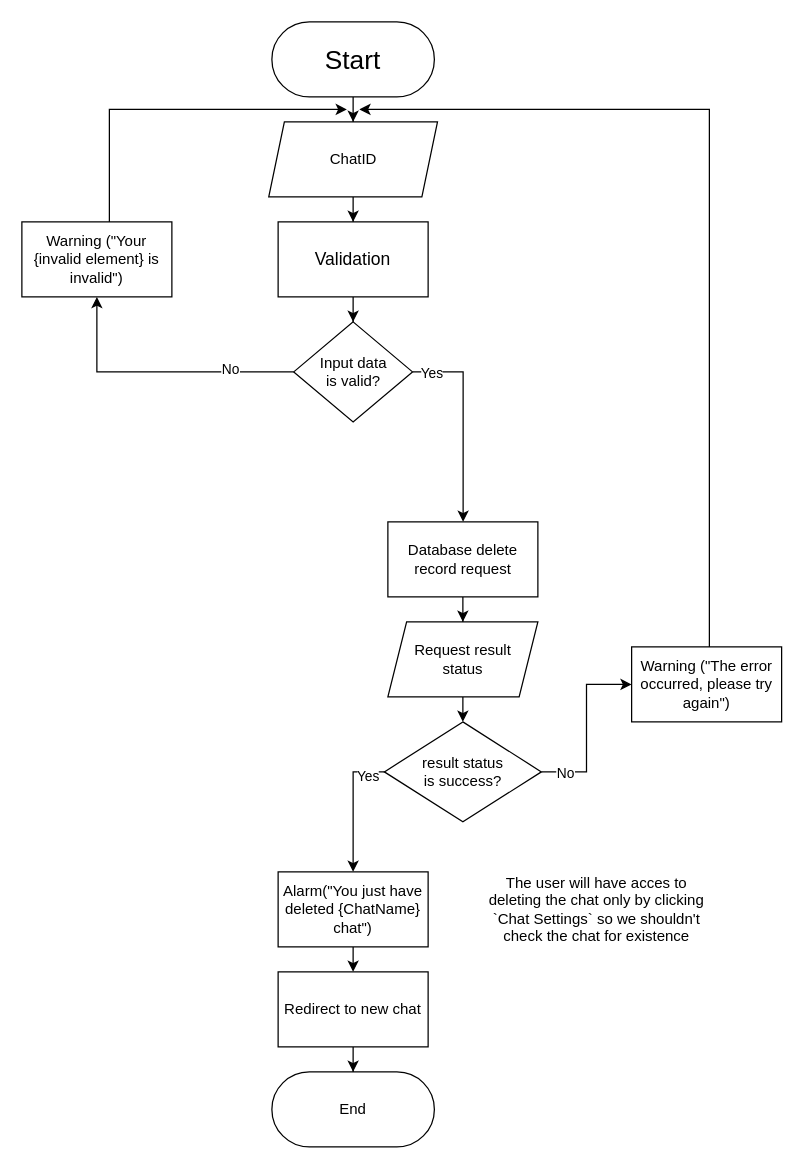
c0st1nus/Forum keeps this draw.io diagram as Flowcharts/Delete Chat/DeleteChat.drawio. Above is the earlier version. Source tidied: cells renumbered, new cells numbered last; positions are measured from the earlier drawing's top-left corner, leaving out a move shared by most shapes. Both pictures are drawn from the tidied source at 125%, with x=0, y=0 at pixel (21, 21).
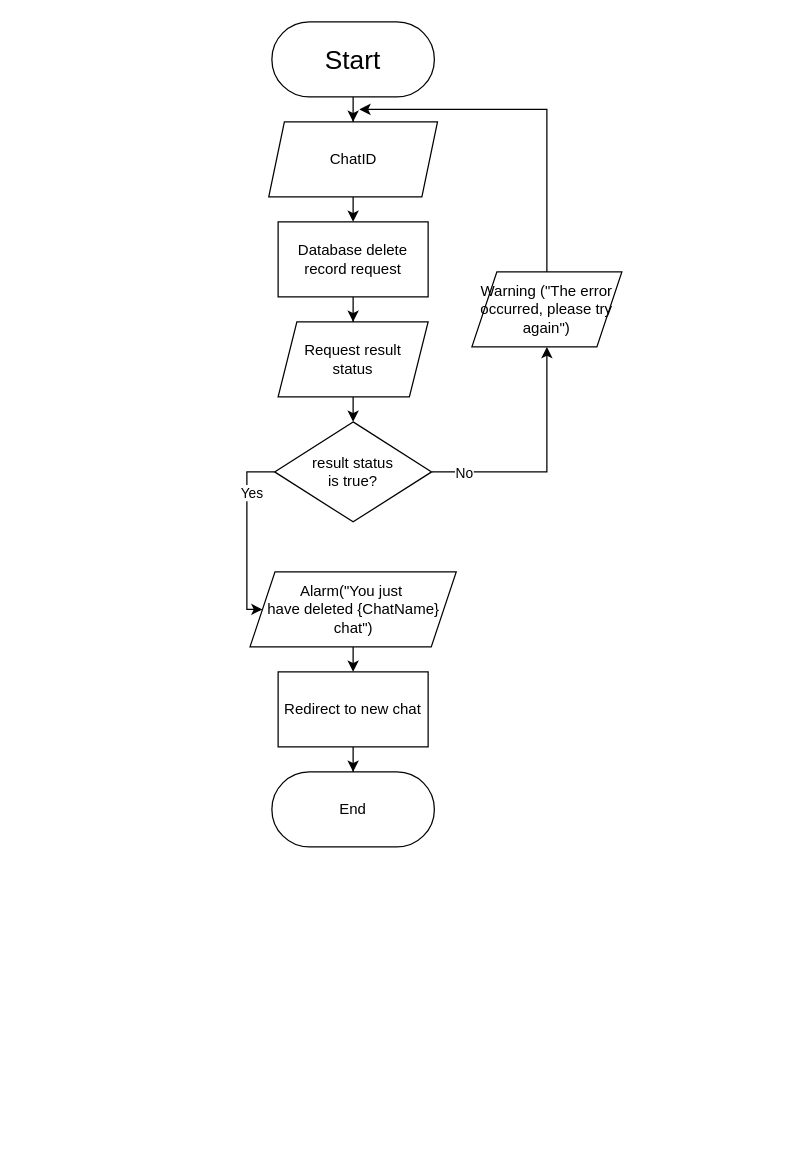
The same page after the edit.

The change refers to these unchanged cells:
```xml
<mxCell id="5" value="ChatID" style="shape=parallelogram;perimeter=parallelogramPerimeter;whiteSpace=wrap;html=1;fixedSize=1;size=12.5;" parent="1" vertex="1">
  <mxGeometry x="197.5" y="80" width="135" height="60" as="geometry" />
</mxCell>
```

Diff of the diagram source:
```diff
@@
-    <mxCell id="4" style="edgeStyle=orthogonalEdgeStyle;rounded=0;jettySize=auto;html=1;" parent="1" edge="1" source="5" target="7">
-      <mxGeometry relative="1" as="geometry" />
+    <mxCell id="4" style="edgeStyle=orthogonalEdgeStyle;rounded=0;jettySize=auto;html=1;" parent="1" edge="1" source="5">
+      <mxGeometry relative="1" as="geometry">
+        <mxPoint x="265" y="160" as="targetPoint" />
+      </mxGeometry>
     </mxCell>
@@
-    <mxCell id="6" style="edgeStyle=orthogonalEdgeStyle;rounded=0;jettySize=auto;html=1;entryX=0.5;entryY=0;entryDx=0;entryDy=0;" parent="1" edge="1" source="7" target="12">
-      <mxGeometry relative="1" as="geometry" />
+    <mxCell id="6" style="edgeStyle=orthogonalEdgeStyle;rounded=0;orthogonalLoop=1;jettySize=auto;html=1;entryX=0.5;entryY=0;entryDx=0;entryDy=0;" parent="1" edge="1">
+      <mxGeometry relative="1" as="geometry">
+        <mxPoint x="265" y="220" as="sourcePoint" />
+      </mxGeometry>
     </mxCell>
-    <mxCell id="7" value="&lt;font style=&quot;font-size: 14px;&quot;&gt;Validation&lt;br&gt;&lt;/font&gt;" style="whiteSpace=wrap;html=1;" parent="1" vertex="1">
-      <mxGeometry x="205" y="160" width="120" height="60" as="geometry" />
-    </mxCell>
-    <mxCell id="8" style="edgeStyle=orthogonalEdgeStyle;rounded=0;jettySize=auto;html=1;entryX=0.5;entryY=0;entryDx=0;entryDy=0;" parent="1" edge="1" source="12">
-      <mxGeometry relative="1" as="geometry">
-        <mxPoint x="353" y="400" as="targetPoint" />
-        <Array as="points">
-          <mxPoint x="353" y="280" />
-        </Array>
-      </mxGeometry>
-    </mxCell>
-    <mxCell id="9" value="&lt;div&gt;Yes&lt;/div&gt;" style="edgeLabel;html=1;align=center;verticalAlign=middle;" parent="8" vertex="1">
-      <mxGeometry x="-0.81" relative="1" as="geometry" />
-    </mxCell>
-    <mxCell id="10" style="edgeStyle=orthogonalEdgeStyle;rounded=0;jettySize=auto;html=1;" parent="1" edge="1" source="12" target="14">
-      <mxGeometry relative="1" as="geometry" />
-    </mxCell>
-    <mxCell id="11" value="&lt;div&gt;No&lt;/div&gt;" style="edgeLabel;html=1;align=center;verticalAlign=middle;" parent="10" vertex="1">
-      <mxGeometry x="-0.53" y="-3" relative="1" as="geometry" />
-    </mxCell>
-    <mxCell id="12" value="&lt;div&gt;Input data&lt;/div&gt;&lt;div&gt;is valid?&lt;br&gt;&lt;/div&gt;" style="rhombus;whiteSpace=wrap;html=1;" parent="1" vertex="1">
-      <mxGeometry x="217.5" y="240" width="95" height="80" as="geometry" />
-    </mxCell>
-    <mxCell id="13" style="edgeStyle=orthogonalEdgeStyle;rounded=0;jettySize=auto;html=1;" parent="1" edge="1" source="14">
-      <mxGeometry relative="1" as="geometry">
-        <mxPoint x="260" y="70" as="targetPoint" />
-        <Array as="points">
-          <mxPoint x="70" y="70" />
-        </Array>
-      </mxGeometry>
-    </mxCell>
-    <mxCell id="14" value="Warning (&quot;Your {invalid element} is invalid&quot;)" style="rounded=0;whiteSpace=wrap;html=1;" parent="1" vertex="1">
-      <mxGeometry y="160" width="120" height="60" as="geometry" />
-    </mxCell>
@@
     <mxCell id="16" value="Database delete record request" style="whiteSpace=wrap;html=1;" parent="1" vertex="1">
-      <mxGeometry x="292.8" y="400" width="120" height="60" as="geometry" />
+      <mxGeometry x="205" y="160" width="120" height="60" as="geometry" />
     </mxCell>
@@
     <mxCell id="18" value="&lt;div&gt;Request result&lt;/div&gt;&lt;div&gt;status&lt;br&gt;&lt;/div&gt;" style="shape=parallelogram;perimeter=parallelogramPerimeter;whiteSpace=wrap;html=1;fixedSize=1;size=15;" parent="1" vertex="1">
-      <mxGeometry x="292.8" y="480" width="120" height="60" as="geometry" />
+      <mxGeometry x="205" y="240" width="120" height="60" as="geometry" />
     </mxCell>
-    <mxCell id="19" style="edgeStyle=orthogonalEdgeStyle;rounded=0;jettySize=auto;html=1;" parent="1" edge="1" source="23" target="25">
+    <mxCell id="19" style="edgeStyle=orthogonalEdgeStyle;rounded=0;jettySize=auto;html=1;entryX=0.5;entryY=1;entryDx=0;entryDy=0;" parent="1" edge="1" source="23" target="25">
       <mxGeometry relative="1" as="geometry" />
     </mxCell>
@@
-    <mxCell id="21" style="edgeStyle=orthogonalEdgeStyle;rounded=0;orthogonalLoop=1;jettySize=auto;html=1;entryX=0.5;entryY=0;entryDx=0;entryDy=0;" parent="1" edge="1">
+    <mxCell id="21" style="edgeStyle=orthogonalEdgeStyle;rounded=0;jettySize=auto;html=1;entryX=0;entryY=0.5;entryDx=0;entryDy=0;exitX=0;exitY=0.5;exitDx=0;exitDy=0;" parent="1" edge="1" source="23" target="27">
       <mxGeometry relative="1" as="geometry">
-        <mxPoint x="310" y="600" as="sourcePoint" />
-        <mxPoint x="265" y="680" as="targetPoint" />
         <Array as="points">
-          <mxPoint x="265" y="600" />
+          <mxPoint x="180" y="360" />
+          <mxPoint x="180" y="470" />
         </Array>
       </mxGeometry>
     </mxCell>
@@
-    <mxCell id="23" value="result status &lt;br&gt;is success?" style="rhombus;whiteSpace=wrap;html=1;" parent="1" vertex="1">
-      <mxGeometry x="290" y="560" width="125.6" height="80" as="geometry" />
+    <mxCell id="23" value="result status &lt;br&gt;is true?" style="rhombus;whiteSpace=wrap;html=1;" parent="1" vertex="1">
+      <mxGeometry x="202.2" y="320" width="125.6" height="80" as="geometry" />
     </mxCell>
-    <mxCell id="24" style="edgeStyle=orthogonalEdgeStyle;rounded=0;jettySize=auto;html=1;" parent="1" edge="1" source="25">
-      <mxGeometry relative="1" as="geometry">
-        <mxPoint x="270" y="70" as="targetPoint" />
-        <Array as="points">
-          <mxPoint x="550" y="70" />
-        </Array>
-      </mxGeometry>
-    </mxCell>
-    <mxCell id="25" value="Warning (&quot;The error occurred, please try again&quot;)" style="rounded=0;whiteSpace=wrap;html=1;" parent="1" vertex="1">
-      <mxGeometry x="487.8" y="500" width="120" height="60" as="geometry" />
-    </mxCell>
-    <mxCell id="26" style="edgeStyle=orthogonalEdgeStyle;rounded=0;jettySize=auto;html=1;exitX=0.5;exitY=1;exitDx=0;exitDy=0;entryX=0.5;entryY=0;entryDx=0;entryDy=0;" parent="1" edge="1" source="27" target="29">
-      <mxGeometry relative="1" as="geometry" />
+    <mxCell id="26" style="edgeStyle=orthogonalEdgeStyle;rounded=0;jettySize=auto;html=1;exitX=0.5;exitY=1;exitDx=0;exitDy=0;entryX=0.5;entryY=0;entryDx=0;entryDy=0;" parent="1" edge="1" target="29">
+      <mxGeometry relative="1" as="geometry">
+        <mxPoint x="265" y="500" as="sourcePoint" />
+      </mxGeometry>
     </mxCell>
-    <mxCell id="27" value="Alarm(&quot;You just have deleted {ChatName} chat&quot;)" style="whiteSpace=wrap;html=1;" parent="1" vertex="1">
-      <mxGeometry x="205" y="680" width="120" height="60" as="geometry" />
-    </mxCell>
@@
     <mxCell id="29" value="Redirect to new chat" style="whiteSpace=wrap;html=1;" parent="1" vertex="1">
-      <mxGeometry x="205" y="760" width="120" height="60" as="geometry" />
+      <mxGeometry x="205" y="520" width="120" height="60" as="geometry" />
     </mxCell>
     <mxCell id="30" value="End" style="rounded=1;whiteSpace=wrap;html=1;glass=0;shadow=0;arcSize=50;" parent="1" vertex="1">
-      <mxGeometry x="200" y="840" width="130" height="60" as="geometry" />
+      <mxGeometry x="200" y="600" width="130" height="60" as="geometry" />
     </mxCell>
-    <mxCell id="31" value="The user will have acces to deleting the chat only by clicking `Chat Settings` so we shouldn't check the chat for existence" style="text;html=1;align=center;verticalAlign=middle;whiteSpace=wrap;rounded=0;" parent="1" vertex="1">
-      <mxGeometry x="370" y="657.5" width="180" height="105" as="geometry" />
-    </mxCell>
+    <mxCell id="27" value="&lt;div&gt;Alarm(&quot;You just&amp;nbsp;&lt;/div&gt;&lt;div&gt;have deleted {ChatName} chat&quot;)&lt;/div&gt;" style="shape=parallelogram;perimeter=parallelogramPerimeter;whiteSpace=wrap;html=1;fixedSize=1;" parent="1" vertex="1">
+      <mxGeometry x="182.5" y="440" width="165" height="60" as="geometry" />
+    </mxCell>
+    <mxCell id="32" style="edgeStyle=orthogonalEdgeStyle;rounded=0;jettySize=auto;html=1;" parent="1" edge="1" source="25">
+      <mxGeometry relative="1" as="geometry">
+        <mxPoint x="270" y="70" as="targetPoint" />
+        <Array as="points">
+          <mxPoint x="420" y="70" />
+        </Array>
+      </mxGeometry>
+    </mxCell>
+    <mxCell id="25" value="Warning (&quot;The error occurred, please try again&quot;)" style="shape=parallelogram;perimeter=parallelogramPerimeter;whiteSpace=wrap;html=1;fixedSize=1;" parent="1" vertex="1">
+      <mxGeometry x="360" y="200" width="120" height="60" as="geometry" />
+    </mxCell>
```
